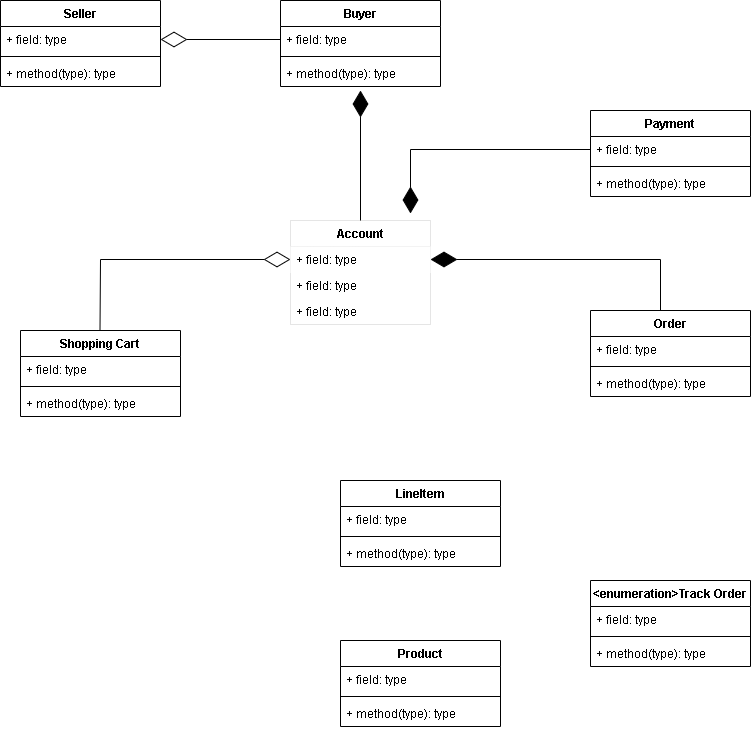
Before: givealittle/UML diagramls/Logical View/classDiagram.png, a diagram exported from draw.io (tiisetsohub/GiveALittle). Source tidied: cells renumbered, new cells last; positions are measured from the earlier drawing's top-left corner, leaving out a move shared by most shapes. Its diagram source:
```xml
<mxGraphModel>
  <root>
    <mxCell id="0" />
    <mxCell id="1" parent="0" />
    <mxCell id="2" value="Buyer" style="swimlane;fontStyle=1;align=center;verticalAlign=top;horizontal=1;startSize=26;" parent="1" vertex="1">
      <mxGeometry x="280" width="160" height="86" as="geometry" />
    </mxCell>
    <mxCell id="3" value="+ field: type" style="text;strokeColor=none;fillColor=none;align=left;verticalAlign=top;spacingLeft=4;spacingRight=4;overflow=hidden;points=[[0,0.5],[1,0.5]];portConstraint=eastwest;" parent="2" vertex="1">
      <mxGeometry y="26" width="160" height="26" as="geometry" />
    </mxCell>
    <mxCell id="4" style="line;strokeWidth=1;fillColor=none;align=left;verticalAlign=middle;spacingTop=-1;spacingLeft=3;spacingRight=3;labelPosition=right;" parent="2" vertex="1">
      <mxGeometry y="52" width="160" height="8" as="geometry" />
    </mxCell>
    <mxCell id="5" value="+ method(type): type" style="text;strokeColor=none;fillColor=none;align=left;verticalAlign=top;spacingLeft=4;spacingRight=4;overflow=hidden;" parent="2" vertex="1">
      <mxGeometry y="60" width="160" height="26" as="geometry" />
    </mxCell>
    <mxCell id="6" value="Payment" style="swimlane;fontStyle=1;align=center;verticalAlign=top;horizontal=1;startSize=26;" parent="1" vertex="1">
      <mxGeometry x="590" y="110" width="160" height="86" as="geometry" />
    </mxCell>
    <mxCell id="7" value="+ field: type" style="text;strokeColor=none;fillColor=none;align=left;verticalAlign=top;spacingLeft=4;spacingRight=4;overflow=hidden;points=[[0,0.5],[1,0.5]];portConstraint=eastwest;" parent="6" vertex="1">
      <mxGeometry y="26" width="160" height="26" as="geometry" />
    </mxCell>
    <mxCell id="8" style="line;strokeWidth=1;fillColor=none;align=left;verticalAlign=middle;spacingTop=-1;spacingLeft=3;spacingRight=3;labelPosition=right;" parent="6" vertex="1">
      <mxGeometry y="52" width="160" height="8" as="geometry" />
    </mxCell>
    <mxCell id="9" value="+ method(type): type" style="text;strokeColor=none;fillColor=none;align=left;verticalAlign=top;spacingLeft=4;spacingRight=4;overflow=hidden;" parent="6" vertex="1">
      <mxGeometry y="60" width="160" height="26" as="geometry" />
    </mxCell>
    <mxCell id="10" value="Order" style="swimlane;fontStyle=1;align=center;verticalAlign=top;horizontal=1;startSize=26;" parent="1" vertex="1">
      <mxGeometry x="590" y="310" width="160" height="86" as="geometry" />
    </mxCell>
    <mxCell id="11" value="+ field: type" style="text;strokeColor=none;fillColor=none;align=left;verticalAlign=top;spacingLeft=4;spacingRight=4;overflow=hidden;" parent="10" vertex="1">
      <mxGeometry y="26" width="160" height="26" as="geometry" />
    </mxCell>
    <mxCell id="12" style="line;strokeWidth=1;fillColor=none;align=left;verticalAlign=middle;spacingTop=-1;spacingLeft=3;spacingRight=3;labelPosition=right;" parent="10" vertex="1">
      <mxGeometry y="52" width="160" height="8" as="geometry" />
    </mxCell>
    <mxCell id="13" value="+ method(type): type" style="text;strokeColor=none;fillColor=none;align=left;verticalAlign=top;spacingLeft=4;spacingRight=4;overflow=hidden;" parent="10" vertex="1">
      <mxGeometry y="60" width="160" height="26" as="geometry" />
    </mxCell>
    <mxCell id="14" value="LineItem" style="swimlane;fontStyle=1;align=center;verticalAlign=top;horizontal=1;startSize=26;" parent="1" vertex="1">
      <mxGeometry x="340" y="480" width="160" height="86" as="geometry" />
    </mxCell>
    <mxCell id="15" value="+ field: type" style="text;strokeColor=none;fillColor=none;align=left;verticalAlign=top;spacingLeft=4;spacingRight=4;overflow=hidden;" parent="14" vertex="1">
      <mxGeometry y="26" width="160" height="26" as="geometry" />
    </mxCell>
    <mxCell id="16" style="line;strokeWidth=1;fillColor=none;align=left;verticalAlign=middle;spacingTop=-1;spacingLeft=3;spacingRight=3;labelPosition=right;" parent="14" vertex="1">
      <mxGeometry y="52" width="160" height="8" as="geometry" />
    </mxCell>
    <mxCell id="17" value="+ method(type): type" style="text;strokeColor=none;fillColor=none;align=left;verticalAlign=top;spacingLeft=4;spacingRight=4;overflow=hidden;" parent="14" vertex="1">
      <mxGeometry y="60" width="160" height="26" as="geometry" />
    </mxCell>
    <mxCell id="18" value="Shopping Cart" style="swimlane;fontStyle=1;align=center;verticalAlign=top;horizontal=1;startSize=26;" parent="1" vertex="1">
      <mxGeometry x="20" y="330" width="160" height="86" as="geometry" />
    </mxCell>
    <mxCell id="19" value="+ field: type" style="text;strokeColor=none;fillColor=none;align=left;verticalAlign=top;spacingLeft=4;spacingRight=4;overflow=hidden;" parent="18" vertex="1">
      <mxGeometry y="26" width="160" height="26" as="geometry" />
    </mxCell>
    <mxCell id="20" style="line;strokeWidth=1;fillColor=none;align=left;verticalAlign=middle;spacingTop=-1;spacingLeft=3;spacingRight=3;labelPosition=right;" parent="18" vertex="1">
      <mxGeometry y="52" width="160" height="8" as="geometry" />
    </mxCell>
    <mxCell id="21" value="+ method(type): type" style="text;strokeColor=none;fillColor=none;align=left;verticalAlign=top;spacingLeft=4;spacingRight=4;overflow=hidden;" parent="18" vertex="1">
      <mxGeometry y="60" width="160" height="26" as="geometry" />
    </mxCell>
    <mxCell id="22" value="Product" style="swimlane;fontStyle=1;align=center;verticalAlign=top;horizontal=1;startSize=26;" parent="1" vertex="1">
      <mxGeometry x="340" y="640" width="160" height="86" as="geometry" />
    </mxCell>
    <mxCell id="23" value="+ field: type" style="text;strokeColor=none;fillColor=none;align=left;verticalAlign=top;spacingLeft=4;spacingRight=4;overflow=hidden;" parent="22" vertex="1">
      <mxGeometry y="26" width="160" height="26" as="geometry" />
    </mxCell>
    <mxCell id="24" style="line;strokeWidth=1;fillColor=none;align=left;verticalAlign=middle;spacingTop=-1;spacingLeft=3;spacingRight=3;labelPosition=right;" parent="22" vertex="1">
      <mxGeometry y="52" width="160" height="8" as="geometry" />
    </mxCell>
    <mxCell id="25" value="+ method(type): type" style="text;strokeColor=none;fillColor=none;align=left;verticalAlign=top;spacingLeft=4;spacingRight=4;overflow=hidden;" parent="22" vertex="1">
      <mxGeometry y="60" width="160" height="26" as="geometry" />
    </mxCell>
    <mxCell id="26" value="&lt;enumeration&gt;Track Order" style="swimlane;fontStyle=1;align=center;verticalAlign=top;horizontal=1;startSize=26;" parent="1" vertex="1">
      <mxGeometry x="590" y="580" width="160" height="86" as="geometry" />
    </mxCell>
    <mxCell id="27" value="+ field: type" style="text;strokeColor=none;fillColor=none;align=left;verticalAlign=top;spacingLeft=4;spacingRight=4;overflow=hidden;" parent="26" vertex="1">
      <mxGeometry y="26" width="160" height="26" as="geometry" />
    </mxCell>
    <mxCell id="28" style="line;strokeWidth=1;fillColor=none;align=left;verticalAlign=middle;spacingTop=-1;spacingLeft=3;spacingRight=3;labelPosition=right;" parent="26" vertex="1">
      <mxGeometry y="52" width="160" height="8" as="geometry" />
    </mxCell>
    <mxCell id="29" value="+ method(type): type" style="text;strokeColor=none;fillColor=none;align=left;verticalAlign=top;spacingLeft=4;spacingRight=4;overflow=hidden;" parent="26" vertex="1">
      <mxGeometry y="60" width="160" height="26" as="geometry" />
    </mxCell>
    <mxCell id="30" value="Seller" style="swimlane;fontStyle=1;align=center;verticalAlign=top;horizontal=1;startSize=26;" parent="1" vertex="1">
      <mxGeometry width="160" height="86" as="geometry" />
    </mxCell>
    <mxCell id="31" value="+ field: type" style="text;strokeColor=none;fillColor=none;align=left;verticalAlign=top;spacingLeft=4;spacingRight=4;overflow=hidden;points=[[0,0.5],[1,0.5]];portConstraint=eastwest;" parent="30" vertex="1">
      <mxGeometry y="26" width="160" height="26" as="geometry" />
    </mxCell>
    <mxCell id="32" style="line;strokeWidth=1;fillColor=none;align=left;verticalAlign=middle;spacingTop=-1;spacingLeft=3;spacingRight=3;labelPosition=right;" parent="30" vertex="1">
      <mxGeometry y="52" width="160" height="8" as="geometry" />
    </mxCell>
    <mxCell id="33" value="+ method(type): type" style="text;strokeColor=none;fillColor=none;align=left;verticalAlign=top;spacingLeft=4;spacingRight=4;overflow=hidden;" parent="30" vertex="1">
      <mxGeometry y="60" width="160" height="26" as="geometry" />
    </mxCell>
    <mxCell id="34" style="endArrow=diamondThin;endFill=1;endSize=24;html=1;rounded=0;exitX=0.5;exitY=0;exitDx=0;exitDy=0;" parent="1" edge="1">
      <mxGeometry relative="1" as="geometry">
        <mxPoint x="360" y="220" as="sourcePoint" />
        <mxPoint x="360" y="90" as="targetPoint" />
      </mxGeometry>
    </mxCell>
    <mxCell id="35" style="endArrow=diamondThin;endFill=0;endSize=24;html=1;rounded=0;exitX=0;exitY=0.5;exitDx=0;exitDy=0;entryX=1;entryY=0.5;entryDx=0;entryDy=0;" parent="1" edge="1" source="3" target="31">
      <mxGeometry relative="1" as="geometry" />
    </mxCell>
    <mxCell id="36" style="endArrow=diamondThin;endFill=0;endSize=24;html=1;rounded=0;exitX=0.5;exitY=0;exitDx=0;exitDy=0;edgeStyle=elbowEdgeStyle;entryX=0;entryY=0.5;entryDx=0;entryDy=0;" parent="1" edge="1" target="40">
      <mxGeometry relative="1" as="geometry">
        <mxPoint x="99.5" y="330" as="sourcePoint" />
        <Array as="points">
          <mxPoint x="100" y="270" />
        </Array>
      </mxGeometry>
    </mxCell>
    <mxCell id="37" style="endArrow=none;endFill=0;endSize=24;html=1;rounded=0;exitX=0.5;exitY=0;exitDx=0;exitDy=0;edgeStyle=elbowEdgeStyle;entryX=0;entryY=0.5;entryDx=0;entryDy=0;startArrow=diamondThin;startFill=1;strokeWidth=1;startSize=24;" parent="1" edge="1" target="7">
      <mxGeometry relative="1" as="geometry">
        <mxPoint x="410" y="213" as="sourcePoint" />
        <Array as="points">
          <mxPoint x="410" y="160" />
        </Array>
      </mxGeometry>
    </mxCell>
    <mxCell id="38" style="endArrow=diamondThin;endFill=1;endSize=24;html=1;rounded=0;exitX=0.5;exitY=0;exitDx=0;exitDy=0;edgeStyle=elbowEdgeStyle;entryX=1;entryY=0.5;entryDx=0;entryDy=0;" parent="1" edge="1" target="40">
      <mxGeometry relative="1" as="geometry">
        <mxPoint x="660" y="310" as="sourcePoint" />
        <Array as="points">
          <mxPoint x="660" y="249" />
        </Array>
      </mxGeometry>
    </mxCell>
    <mxCell id="39" value="Account" style="swimlane;fontStyle=1;horizontal=1;startSize=26;fillColor=none;fontColor=default;strokeWidth=0;" parent="1" vertex="1">
      <mxGeometry x="290" y="220" width="140" height="104" as="geometry" />
    </mxCell>
    <mxCell id="40" value="+ field: type" style="text;strokeColor=none;fillColor=default;align=left;verticalAlign=top;spacingLeft=4;spacingRight=4;overflow=hidden;points=[[0,0.5],[1,0.5]];portConstraint=eastwest;fontColor=default;glass=0;" parent="39" vertex="1">
      <mxGeometry y="26" width="140" height="26" as="geometry" />
    </mxCell>
    <mxCell id="41" value="+ field: type" style="text;strokeColor=none;fillColor=none;align=left;verticalAlign=top;spacingLeft=4;spacingRight=4;overflow=hidden;fontColor=default;" parent="39" vertex="1">
      <mxGeometry y="52" width="140" height="26" as="geometry" />
    </mxCell>
    <mxCell id="42" value="+ field: type" style="text;strokeColor=none;fillColor=none;align=left;verticalAlign=top;spacingLeft=4;spacingRight=4;overflow=hidden;fontColor=default;" parent="39" vertex="1">
      <mxGeometry y="78" width="140" height="26" as="geometry" />
    </mxCell>
  </root>
</mxGraphModel>
```
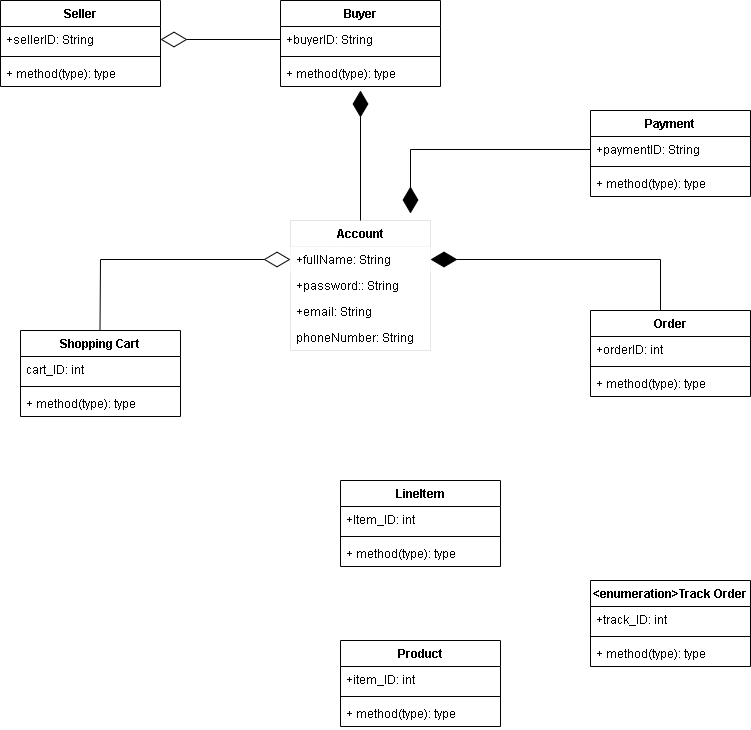
The same file after the commit.

What changed in the source:
```diff
@@ -5,7 +5,7 @@
     <mxCell id="2" value="Buyer" style="swimlane;fontStyle=1;align=center;verticalAlign=top;horizontal=1;startSize=26;" parent="1" vertex="1">
       <mxGeometry x="280" width="160" height="86" as="geometry" />
     </mxCell>
-    <mxCell id="3" value="+ field: type" style="text;strokeColor=none;fillColor=none;align=left;verticalAlign=top;spacingLeft=4;spacingRight=4;overflow=hidden;points=[[0,0.5],[1,0.5]];portConstraint=eastwest;" parent="2" vertex="1">
+    <mxCell id="3" value="+buyerID: String" style="text;strokeColor=none;fillColor=none;align=left;verticalAlign=top;spacingLeft=4;spacingRight=4;overflow=hidden;points=[[0,0.5],[1,0.5]];portConstraint=eastwest;" parent="2" vertex="1">
       <mxGeometry y="26" width="160" height="26" as="geometry" />
     </mxCell>
     <mxCell id="4" style="line;strokeWidth=1;fillColor=none;align=left;verticalAlign=middle;spacingTop=-1;spacingLeft=3;spacingRight=3;labelPosition=right;" parent="2" vertex="1">
@@ -17,7 +17,7 @@
     <mxCell id="6" value="Payment" style="swimlane;fontStyle=1;align=center;verticalAlign=top;horizontal=1;startSize=26;" parent="1" vertex="1">
       <mxGeometry x="590" y="110" width="160" height="86" as="geometry" />
     </mxCell>
-    <mxCell id="7" value="+ field: type" style="text;strokeColor=none;fillColor=none;align=left;verticalAlign=top;spacingLeft=4;spacingRight=4;overflow=hidden;points=[[0,0.5],[1,0.5]];portConstraint=eastwest;" parent="6" vertex="1">
+    <mxCell id="7" value="+paymentID: String" style="text;strokeColor=none;fillColor=none;align=left;verticalAlign=top;spacingLeft=4;spacingRight=4;overflow=hidden;points=[[0,0.5],[1,0.5]];portConstraint=eastwest;" parent="6" vertex="1">
       <mxGeometry y="26" width="160" height="26" as="geometry" />
     </mxCell>
     <mxCell id="8" style="line;strokeWidth=1;fillColor=none;align=left;verticalAlign=middle;spacingTop=-1;spacingLeft=3;spacingRight=3;labelPosition=right;" parent="6" vertex="1">
@@ -29,7 +29,7 @@
     <mxCell id="10" value="Order" style="swimlane;fontStyle=1;align=center;verticalAlign=top;horizontal=1;startSize=26;" parent="1" vertex="1">
       <mxGeometry x="590" y="310" width="160" height="86" as="geometry" />
     </mxCell>
-    <mxCell id="11" value="+ field: type" style="text;strokeColor=none;fillColor=none;align=left;verticalAlign=top;spacingLeft=4;spacingRight=4;overflow=hidden;" parent="10" vertex="1">
+    <mxCell id="11" value="+orderID: int" style="text;strokeColor=none;fillColor=none;align=left;verticalAlign=top;spacingLeft=4;spacingRight=4;overflow=hidden;" parent="10" vertex="1">
       <mxGeometry y="26" width="160" height="26" as="geometry" />
     </mxCell>
     <mxCell id="12" style="line;strokeWidth=1;fillColor=none;align=left;verticalAlign=middle;spacingTop=-1;spacingLeft=3;spacingRight=3;labelPosition=right;" parent="10" vertex="1">
@@ -41,7 +41,7 @@
     <mxCell id="14" value="LineItem" style="swimlane;fontStyle=1;align=center;verticalAlign=top;horizontal=1;startSize=26;" parent="1" vertex="1">
       <mxGeometry x="340" y="480" width="160" height="86" as="geometry" />
     </mxCell>
-    <mxCell id="15" value="+ field: type" style="text;strokeColor=none;fillColor=none;align=left;verticalAlign=top;spacingLeft=4;spacingRight=4;overflow=hidden;" parent="14" vertex="1">
+    <mxCell id="15" value="+Item_ID: int" style="text;strokeColor=none;fillColor=none;align=left;verticalAlign=top;spacingLeft=4;spacingRight=4;overflow=hidden;" parent="14" vertex="1">
       <mxGeometry y="26" width="160" height="26" as="geometry" />
     </mxCell>
     <mxCell id="16" style="line;strokeWidth=1;fillColor=none;align=left;verticalAlign=middle;spacingTop=-1;spacingLeft=3;spacingRight=3;labelPosition=right;" parent="14" vertex="1">
@@ -53,7 +53,7 @@
     <mxCell id="18" value="Shopping Cart" style="swimlane;fontStyle=1;align=center;verticalAlign=top;horizontal=1;startSize=26;" parent="1" vertex="1">
       <mxGeometry x="20" y="330" width="160" height="86" as="geometry" />
     </mxCell>
-    <mxCell id="19" value="+ field: type" style="text;strokeColor=none;fillColor=none;align=left;verticalAlign=top;spacingLeft=4;spacingRight=4;overflow=hidden;" parent="18" vertex="1">
+    <mxCell id="19" value="cart_ID: int" style="text;strokeColor=none;fillColor=none;align=left;verticalAlign=top;spacingLeft=4;spacingRight=4;overflow=hidden;" parent="18" vertex="1">
       <mxGeometry y="26" width="160" height="26" as="geometry" />
     </mxCell>
     <mxCell id="20" style="line;strokeWidth=1;fillColor=none;align=left;verticalAlign=middle;spacingTop=-1;spacingLeft=3;spacingRight=3;labelPosition=right;" parent="18" vertex="1">
@@ -65,7 +65,7 @@
     <mxCell id="22" value="Product" style="swimlane;fontStyle=1;align=center;verticalAlign=top;horizontal=1;startSize=26;" parent="1" vertex="1">
       <mxGeometry x="340" y="640" width="160" height="86" as="geometry" />
     </mxCell>
-    <mxCell id="23" value="+ field: type" style="text;strokeColor=none;fillColor=none;align=left;verticalAlign=top;spacingLeft=4;spacingRight=4;overflow=hidden;" parent="22" vertex="1">
+    <mxCell id="23" value="+item_ID: int" style="text;strokeColor=none;fillColor=none;align=left;verticalAlign=top;spacingLeft=4;spacingRight=4;overflow=hidden;" parent="22" vertex="1">
       <mxGeometry y="26" width="160" height="26" as="geometry" />
     </mxCell>
     <mxCell id="24" style="line;strokeWidth=1;fillColor=none;align=left;verticalAlign=middle;spacingTop=-1;spacingLeft=3;spacingRight=3;labelPosition=right;" parent="22" vertex="1">
@@ -77,7 +77,7 @@
     <mxCell id="26" value="&lt;enumeration&gt;Track Order" style="swimlane;fontStyle=1;align=center;verticalAlign=top;horizontal=1;startSize=26;" parent="1" vertex="1">
       <mxGeometry x="590" y="580" width="160" height="86" as="geometry" />
     </mxCell>
-    <mxCell id="27" value="+ field: type" style="text;strokeColor=none;fillColor=none;align=left;verticalAlign=top;spacingLeft=4;spacingRight=4;overflow=hidden;" parent="26" vertex="1">
+    <mxCell id="27" value="+track_ID: int" style="text;strokeColor=none;fillColor=none;align=left;verticalAlign=top;spacingLeft=4;spacingRight=4;overflow=hidden;" parent="26" vertex="1">
       <mxGeometry y="26" width="160" height="26" as="geometry" />
     </mxCell>
     <mxCell id="28" style="line;strokeWidth=1;fillColor=none;align=left;verticalAlign=middle;spacingTop=-1;spacingLeft=3;spacingRight=3;labelPosition=right;" parent="26" vertex="1">
@@ -89,7 +89,7 @@
     <mxCell id="30" value="Seller" style="swimlane;fontStyle=1;align=center;verticalAlign=top;horizontal=1;startSize=26;" parent="1" vertex="1">
       <mxGeometry width="160" height="86" as="geometry" />
     </mxCell>
-    <mxCell id="31" value="+ field: type" style="text;strokeColor=none;fillColor=none;align=left;verticalAlign=top;spacingLeft=4;spacingRight=4;overflow=hidden;points=[[0,0.5],[1,0.5]];portConstraint=eastwest;" parent="30" vertex="1">
+    <mxCell id="31" value="+sellerID: String" style="text;strokeColor=none;fillColor=none;align=left;verticalAlign=top;spacingLeft=4;spacingRight=4;overflow=hidden;points=[[0,0.5],[1,0.5]];portConstraint=eastwest;" parent="30" vertex="1">
       <mxGeometry y="26" width="160" height="26" as="geometry" />
     </mxCell>
     <mxCell id="32" style="line;strokeWidth=1;fillColor=none;align=left;verticalAlign=middle;spacingTop=-1;spacingLeft=3;spacingRight=3;labelPosition=right;" parent="30" vertex="1">
@@ -132,16 +132,19 @@
       </mxGeometry>
     </mxCell>
     <mxCell id="39" value="Account" style="swimlane;fontStyle=1;horizontal=1;startSize=26;fillColor=none;fontColor=default;strokeWidth=0;" parent="1" vertex="1">
-      <mxGeometry x="290" y="220" width="140" height="104" as="geometry" />
+      <mxGeometry x="290" y="220" width="140" height="130" as="geometry" />
     </mxCell>
-    <mxCell id="40" value="+ field: type" style="text;strokeColor=none;fillColor=default;align=left;verticalAlign=top;spacingLeft=4;spacingRight=4;overflow=hidden;points=[[0,0.5],[1,0.5]];portConstraint=eastwest;fontColor=default;glass=0;" parent="39" vertex="1">
+    <mxCell id="40" value="+fullName: String" style="text;strokeColor=none;fillColor=default;align=left;verticalAlign=top;spacingLeft=4;spacingRight=4;overflow=hidden;points=[[0,0.5],[1,0.5]];portConstraint=eastwest;fontColor=default;glass=0;" parent="39" vertex="1">
       <mxGeometry y="26" width="140" height="26" as="geometry" />
     </mxCell>
-    <mxCell id="41" value="+ field: type" style="text;strokeColor=none;fillColor=none;align=left;verticalAlign=top;spacingLeft=4;spacingRight=4;overflow=hidden;fontColor=default;" parent="39" vertex="1">
+    <mxCell id="41" value="+password:: String" style="text;strokeColor=none;fillColor=none;align=left;verticalAlign=top;spacingLeft=4;spacingRight=4;overflow=hidden;fontColor=default;" parent="39" vertex="1">
       <mxGeometry y="52" width="140" height="26" as="geometry" />
     </mxCell>
-    <mxCell id="42" value="+ field: type" style="text;strokeColor=none;fillColor=none;align=left;verticalAlign=top;spacingLeft=4;spacingRight=4;overflow=hidden;fontColor=default;" parent="39" vertex="1">
+    <mxCell id="42" value="+email: String&#10;" style="text;strokeColor=none;fillColor=none;align=left;verticalAlign=top;spacingLeft=4;spacingRight=4;overflow=hidden;fontColor=default;" parent="39" vertex="1">
       <mxGeometry y="78" width="140" height="26" as="geometry" />
     </mxCell>
+    <mxCell id="43" value="phoneNumber: String" style="text;strokeColor=none;fillColor=none;align=left;verticalAlign=top;spacingLeft=4;spacingRight=4;overflow=hidden;fontColor=default;" parent="39" vertex="1">
+      <mxGeometry y="104" width="140" height="26" as="geometry" />
+    </mxCell>
   </root>
 </mxGraphModel>
```
